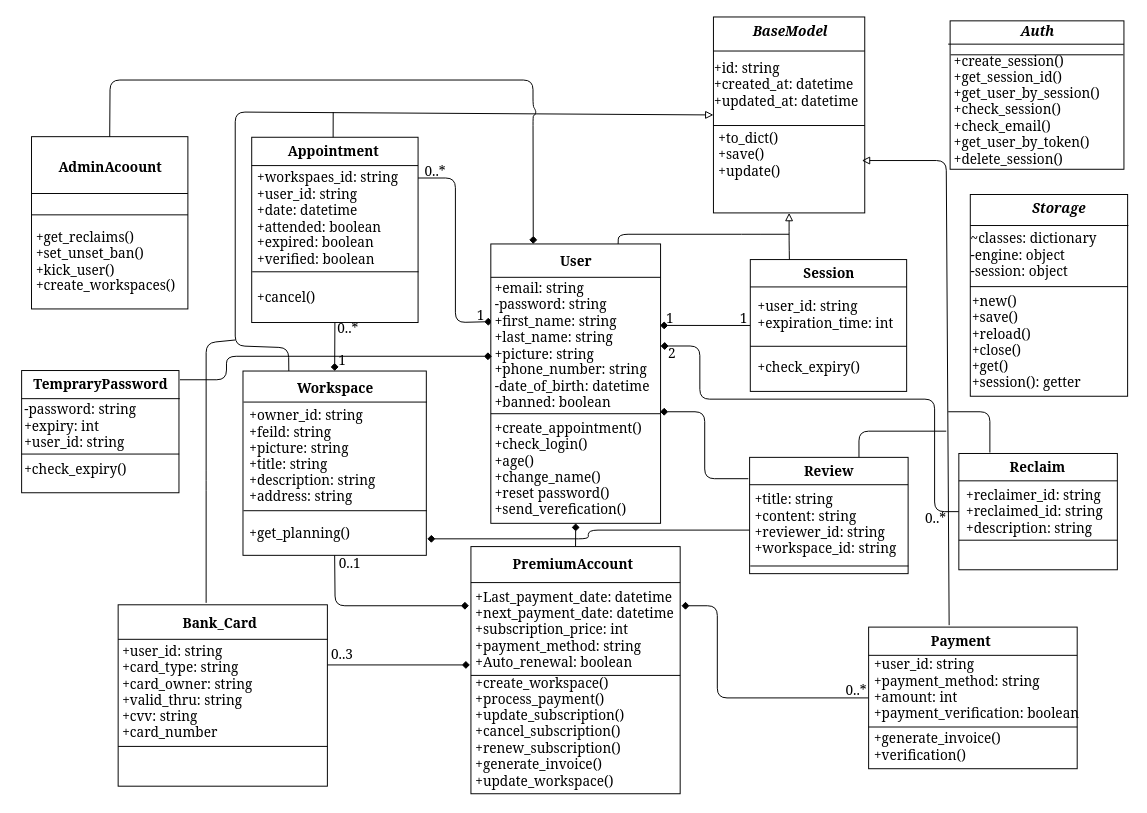
Kolapo-code/Booker keeps this draw.io diagram as UML/Class_diagram/Dio/Class_diagram_v1.dio. Above is the earlier version. Source tidied: cells renumbered, new cells numbered last; positions are measured from the earlier drawing's top-left corner, leaving out a move shared by most shapes. Both pictures are drawn from the tidied source at 97%, with x=0, y=0 at pixel (16, 16).
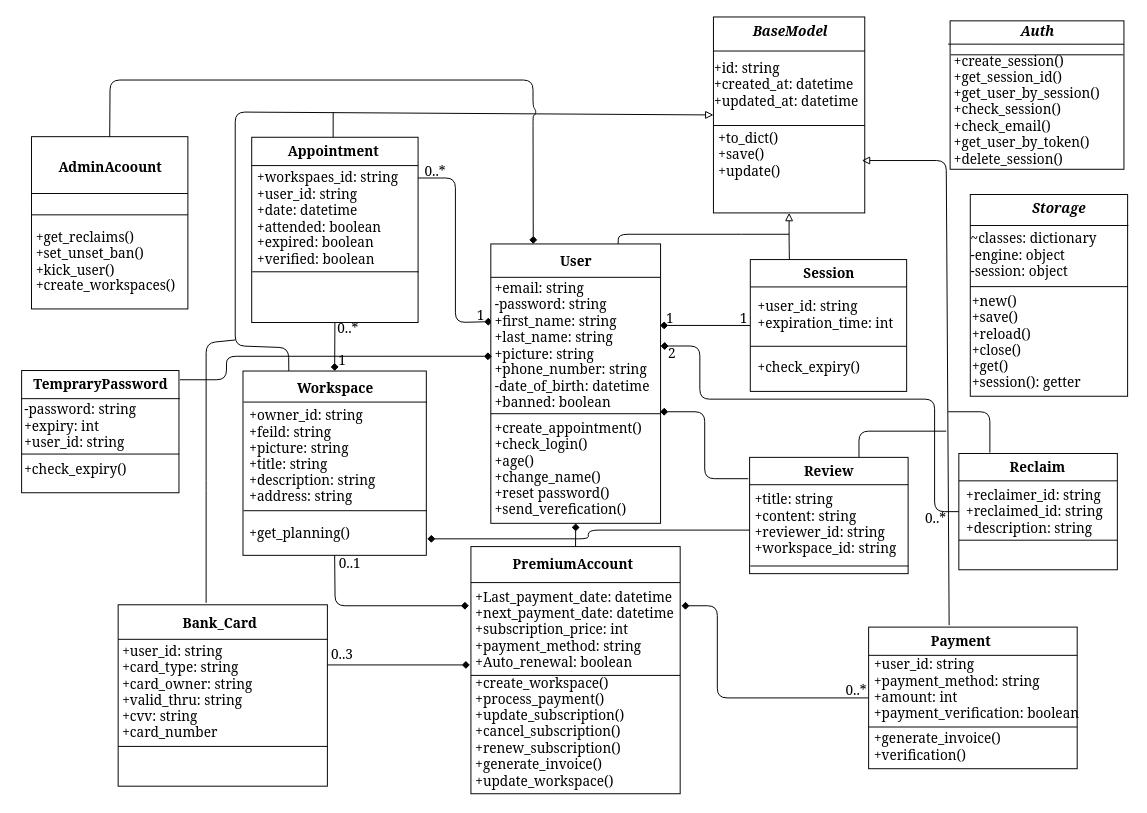
The same diagram, later.

Commit message (it also covers changes not shown here):
remove cancel method from appointment class

The change refers to these unchanged cells:
```xml
<mxCell id="16" style="group;" parent="1" vertex="1">
  <mxGeometry x="242" y="124" width="172" height="191" as="geometry" />
</mxCell>
```

What changed in the source:
```diff
@@
-    <mxCell id="22" value="&lt;div style=&quot;font-size: 14px;&quot;&gt;&lt;span style=&quot;background-color: initial;&quot;&gt;+cancel()&lt;/span&gt;&lt;br&gt;&lt;/div&gt;" style="text;html=1;align=left;verticalAlign=middle;strokeColor=none;fillColor=none;fontColor=#000000;fontFamily=Georgia;" parent="16" vertex="1">
-      <mxGeometry x="4.4" y="150.5" width="76" height="29" as="geometry" />
-    </mxCell>
```
